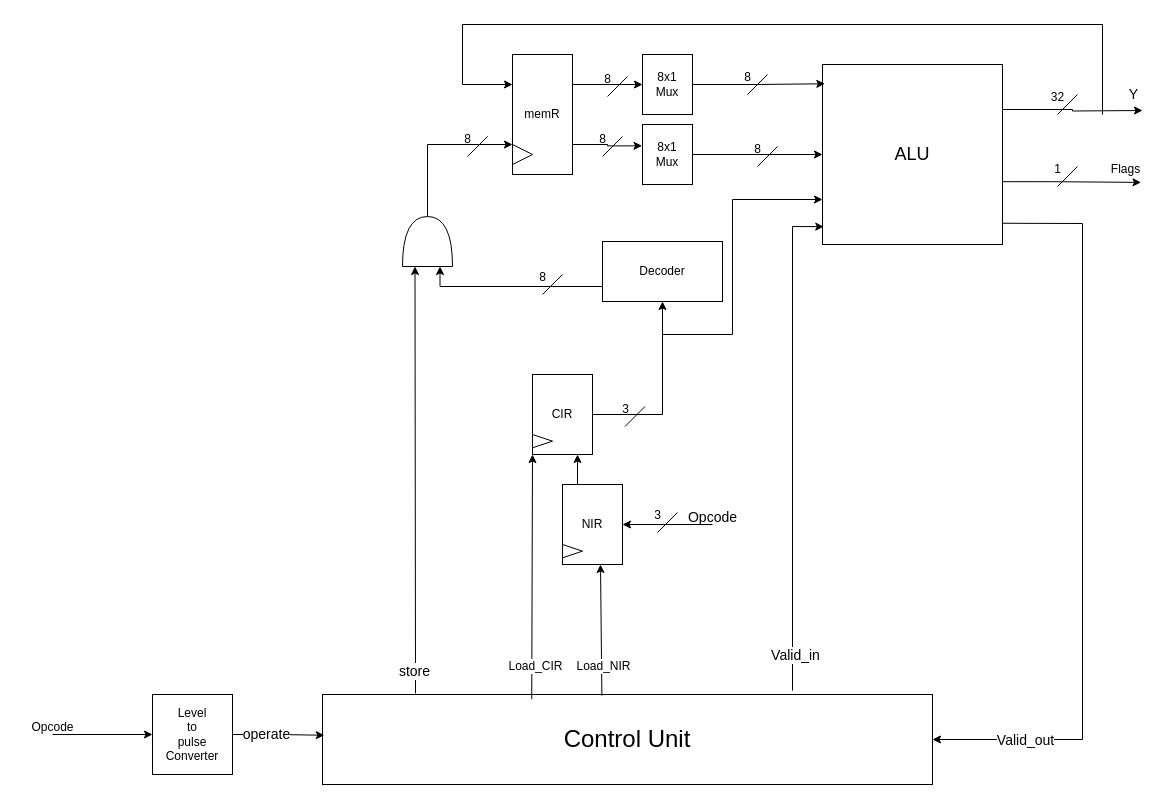
This is page "Page-2" (2 of 2) of Alu.drawio from abubakar-lgtm/DSD_2023_Abubakar, a draw.io file, before an edit. Source tidied: cells renumbered, new cells numbered last; positions are measured from the earlier drawing's top-left corner, leaving out a move shared by most shapes. Both pictures are drawn from the tidied source at 100%, with x=0, y=0 at pixel (17, 24).
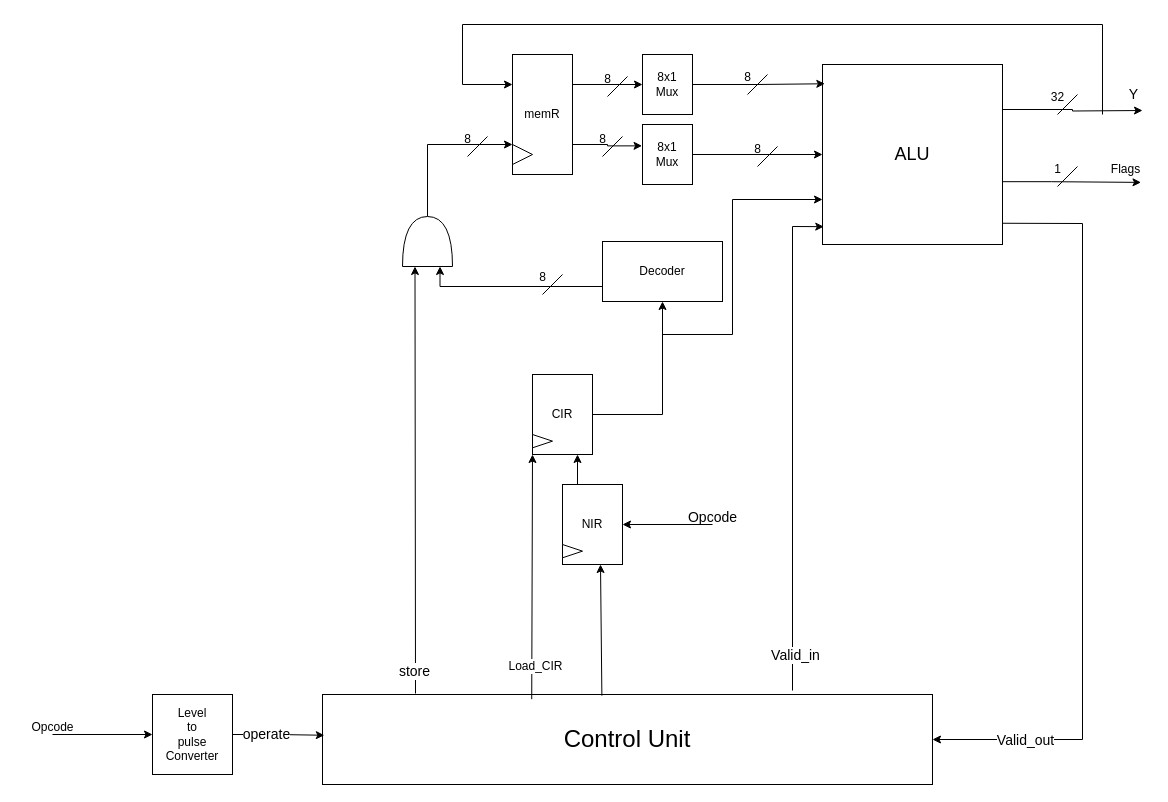
After the change.

The change refers to these unchanged cells:
```xml
<mxCell id="9" style="endArrow=classic;html=1;rounded=0;exitX=0.458;exitY=0.013;exitDx=0;exitDy=0;exitPerimeter=0;" parent="1" edge="1" source="2">
  <mxGeometry relative="1" as="geometry">
    <mxPoint x="583" y="540" as="targetPoint" />
  </mxGeometry>
</mxCell>
```

The edit, as a diff of the source:
```diff
@@
-    <mxCell id="10" value="&lt;font style=&quot;font-size: 12px;&quot;&gt;Load_NIR&lt;/font&gt;" style="edgeLabel;html=1;align=center;verticalAlign=middle;" parent="9" vertex="1">
-      <mxGeometry x="-0.54" y="-1" relative="1" as="geometry" />
-    </mxCell>
@@
-    <mxCell id="64" style="endArrow=none;html=1;rounded=0;fontStyle=0;" parent="1" edge="1">
-      <mxGeometry relative="1" as="geometry">
-        <mxPoint x="660" y="488" as="sourcePoint" />
-        <mxPoint x="640" y="508" as="targetPoint" />
-      </mxGeometry>
-    </mxCell>
-    <mxCell id="65" value="3" style="text;html=1;align=center;verticalAlign=middle;strokeColor=none;fillColor=none;fontStyle=0;" parent="1" vertex="1">
-      <mxGeometry x="625" y="476" width="30" height="30" as="geometry" />
-    </mxCell>
-    <mxCell id="66" style="endArrow=none;html=1;rounded=0;fontStyle=0;" parent="1" edge="1">
-      <mxGeometry relative="1" as="geometry">
-        <mxPoint x="627.5" y="382" as="sourcePoint" />
-        <mxPoint x="607.5" y="402" as="targetPoint" />
-      </mxGeometry>
-    </mxCell>
-    <mxCell id="67" value="3" style="text;html=1;align=center;verticalAlign=middle;strokeColor=none;fillColor=none;fontStyle=0;" parent="1" vertex="1">
-      <mxGeometry x="592.5" y="370" width="30" height="30" as="geometry" />
-    </mxCell>
```
